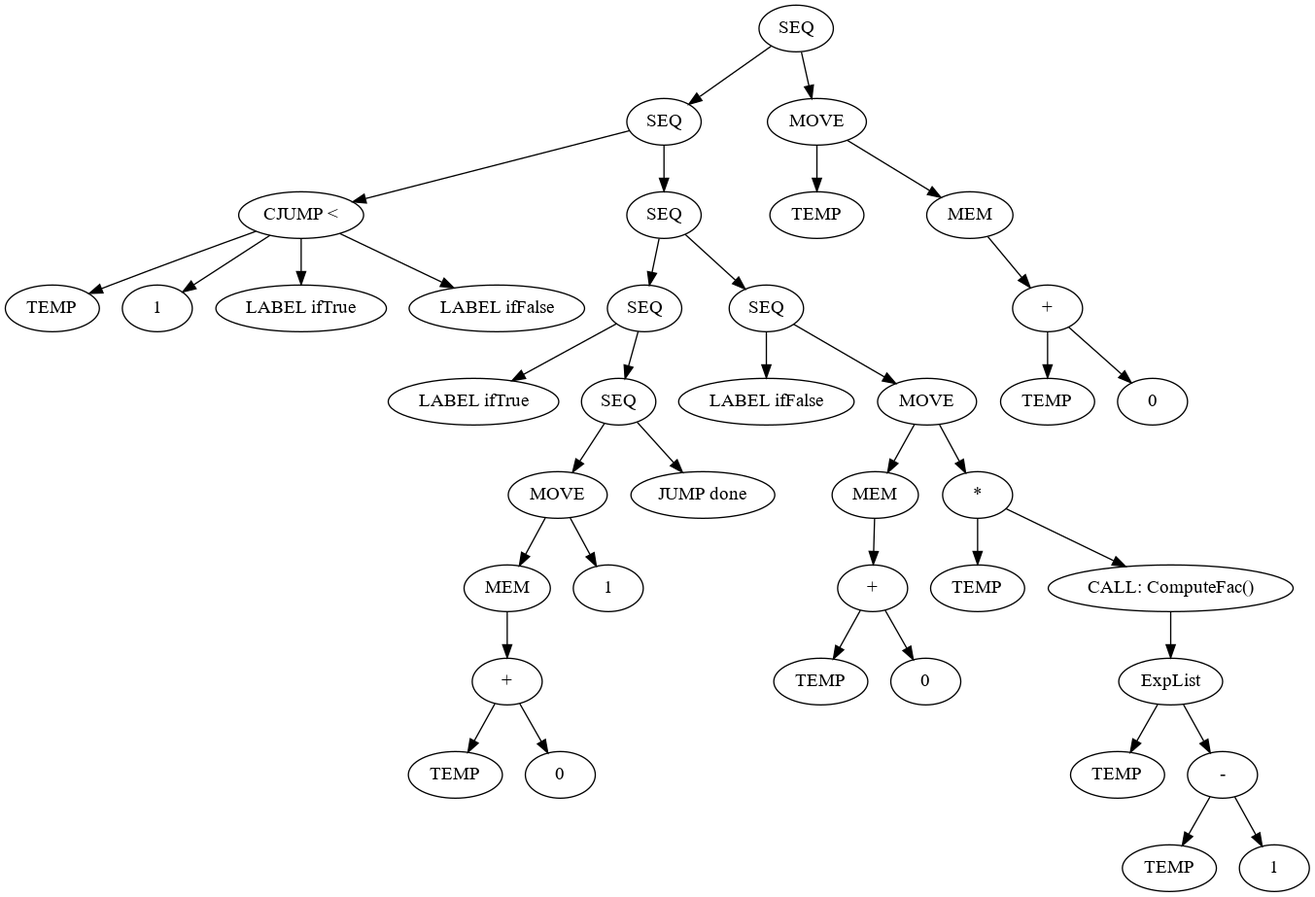
Above: ir/graph.png in ksenull/MiniJavac (Graphviz), before the change. Its source is kept beside it as ir/graph.dot.
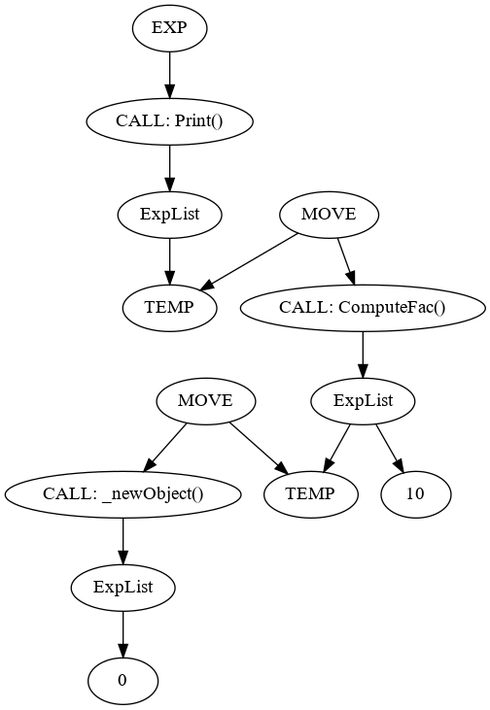
The same diagram one commit later.

The edit, as a diff of the source:
```diff
@@ -1,61 +1,26 @@
 digraph G {
-SEQ_0x60004c9b0 -> SEQ_0x60004c820 -> CJUMP_0x60004c7d0 -> TEMP_0x60004bf50;
-TEMP_0x60004bf50[label="TEMP"];
-CJUMP_0x60004c7d0 -> CONST_0x60004c070;
-CONST_0x60004c070[label="1"];
-CJUMP_0x60004c7d0 -> LABEL_0xffffc280;
-LABEL_0xffffc280[label="LABEL ifTrue"];
-CJUMP_0x60004c7d0 -> LABEL_0xffffc2a0;
-LABEL_0xffffc2a0[label="LABEL ifFalse"];
-CJUMP_0x60004c7d0[label="CJUMP <"];
-SEQ_0x60004c820 -> SEQ_0x60004c7b0 -> SEQ_0x60004c750 -> LABEL_0x60004c730;
-LABEL_0x60004c730[label="LABEL ifTrue"];
-SEQ_0x60004c750 -> SEQ_0x60004c3d0 -> MOVE_0x60004c370 -> MEM_0x60004c330 -> BINOP_0x60004c300 -> TEMP_0x60004c2c0;
-TEMP_0x60004c2c0[label="TEMP"];
-BINOP_0x60004c300 -> CONST_0x60004c2e0;
-CONST_0x60004c2e0[label="0"];
-BINOP_0x60004c300[label="+"];
-MEM_0x60004c330[label="MEM"];
-MOVE_0x60004c370 -> CONST_0x60004c260;
-CONST_0x60004c260[label="1"];
-MOVE_0x60004c370[label="MOVE"];
-SEQ_0x60004c3d0 -> JUMP_0x60004c3b0;
-JUMP_0x60004c3b0[label="JUMP done"];
-SEQ_0x60004c3d0[label="SEQ"];
-SEQ_0x60004c750[label="SEQ"];
-SEQ_0x60004c7b0 -> SEQ_0x60004c790 -> LABEL_0x60004c770;
-LABEL_0x60004c770[label="LABEL ifFalse"];
-SEQ_0x60004c790 -> MOVE_0x60004c6f0 -> MEM_0x60004c6b0 -> BINOP_0x60004c680 -> TEMP_0x60004c640;
-TEMP_0x60004c640[label="TEMP"];
-BINOP_0x60004c680 -> CONST_0x60004c660;
-CONST_0x60004c660[label="0"];
-BINOP_0x60004c680[label="+"];
-MEM_0x60004c6b0[label="MEM"];
-MOVE_0x60004c6f0 -> BINOP_0x60004c5d0 -> TEMP_0x60004c3f0;
-TEMP_0x60004c3f0[label="TEMP"];
-BINOP_0x60004c5d0 -> CALL_0x60004c4a0 -> ExpList_0x60004c470;
-ExpList_0x60004c470 -> TEMP_0x60004c430;
-TEMP_0x60004c430[label="TEMP"];
-ExpList_0x60004c470 -> BINOP_0x60004c540 -> TEMP_0x60004c4c0;
-TEMP_0x60004c4c0[label="TEMP"];
-BINOP_0x60004c540 -> CONST_0x60004c500;
-CONST_0x60004c500[label="1"];
-BINOP_0x60004c540[label="-"];
-ExpList_0x60004c470[label="ExpList"];
-CALL_0x60004c4a0[label="CALL: ComputeFac()"];
-BINOP_0x60004c5d0[label="*"];
-MOVE_0x60004c6f0[label="MOVE"];
-SEQ_0x60004c790[label="SEQ"];
-SEQ_0x60004c7b0[label="SEQ"];
-SEQ_0x60004c820[label="SEQ"];
-SEQ_0x60004c9b0 -> MOVE_0x60004c990 -> TEMP_0x60004c970;
-TEMP_0x60004c970[label="TEMP"];
-MOVE_0x60004c990 -> MEM_0x60004c8f0 -> BINOP_0x60004c8c0 -> TEMP_0x60004c880;
-TEMP_0x60004c880[label="TEMP"];
-BINOP_0x60004c8c0 -> CONST_0x60004c8a0;
-CONST_0x60004c8a0[label="0"];
-BINOP_0x60004c8c0[label="+"];
-MEM_0x60004c8f0[label="MEM"];
-MOVE_0x60004c990[label="MOVE"];
-SEQ_0x60004c9b0[label="SEQ"];
+MOVE_0x60004d050 -> TEMP_0x60004ba80;
+TEMP_0x60004ba80[label="TEMP"];
+MOVE_0x60004d050 -> CALL_0x60004cfe0 -> ExpList_0x60004d000;
+ExpList_0x60004d000 -> CONST_0x60004bad0;
+CONST_0x60004bad0[label="0"];
+ExpList_0x60004d000[label="ExpList"];
+CALL_0x60004cfe0[label="CALL: _newObject()"];
+MOVE_0x60004d050[label="MOVE"];
+MOVE_0x60004d130 -> TEMP_0x60004cf00;
+TEMP_0x60004cf00[label="TEMP"];
+MOVE_0x60004d130 -> CALL_0x60004d1d0 -> ExpList_0x60004d1f0;
+ExpList_0x60004d1f0 -> TEMP_0x60004ba80;
+TEMP_0x60004ba80[label="TEMP"];
+ExpList_0x60004d1f0 -> CONST_0x60004bc60;
+CONST_0x60004bc60[label="10"];
+ExpList_0x60004d1f0[label="ExpList"];
+CALL_0x60004d1d0[label="CALL: ComputeFac()"];
+MOVE_0x60004d130[label="MOVE"];
+EXP_0x60004d390 -> CALL_0x60004d320 -> ExpList_0x60004d340;
+ExpList_0x60004d340 -> TEMP_0x60004cf00;
+TEMP_0x60004cf00[label="TEMP"];
+ExpList_0x60004d340[label="ExpList"];
+CALL_0x60004d320[label="CALL: Print()"];
+EXP_0x60004d390[label="EXP"];
 }
```
